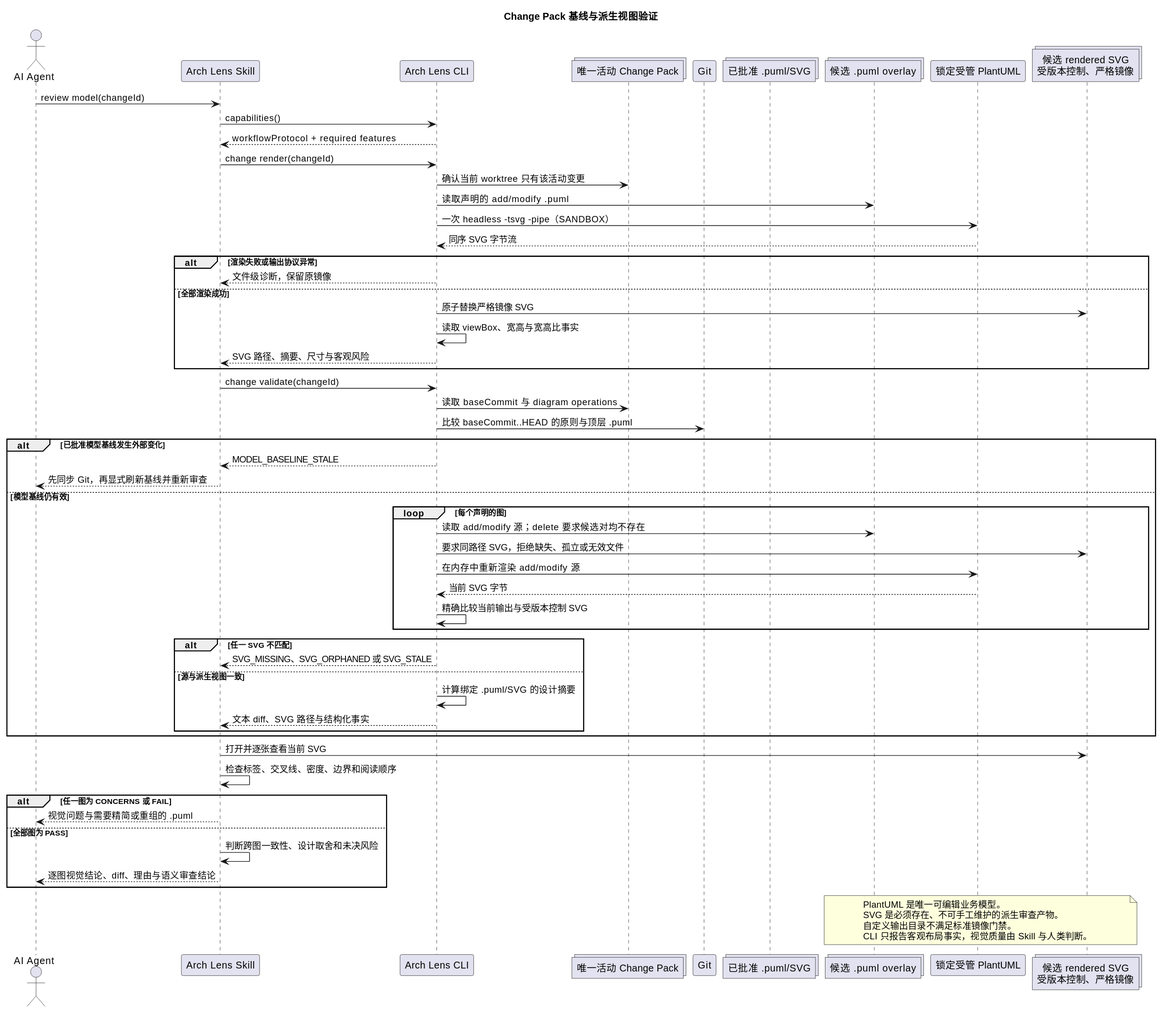
The PlantUML diagram .arch-lens/rendered/check-and-render.sequence.svg in spec-alchemy/arch-lens, before a commit. The source it was exported from:
```plantuml
@startuml
title Change Pack 基线与派生视图验证

actor "AI Agent" as Agent
participant "Arch Lens Skill" as Skill
participant "Arch Lens CLI" as CLI
collections "唯一活动 Change Pack" as Change
participant "Git" as Git
collections "已批准 .puml/SVG" as Approved
collections "候选 .puml overlay" as Candidate
participant "锁定受管 PlantUML" as PlantUML
collections "候选 rendered SVG\n受版本控制、严格镜像" as Output

Agent -> Skill : review model(changeId)
Skill -> CLI : capabilities()
CLI --> Skill : workflowProtocol + required features
Skill -> CLI : change render(changeId)
CLI -> Change : 确认当前 worktree 只有该活动变更
CLI -> Candidate : 读取声明的 add/modify .puml
CLI -> PlantUML : 一次 headless -tsvg -pipe（SANDBOX）
PlantUML --> CLI : 同序 SVG 字节流

alt 渲染失败或输出协议异常
  CLI --> Skill : 文件级诊断，保留原镜像
else 全部渲染成功
  CLI -> Output : 原子替换严格镜像 SVG
  CLI -> CLI : 读取 viewBox、宽高与宽高比事实
  CLI --> Skill : SVG 路径、摘要、尺寸与客观风险
end

Skill -> CLI : change validate(changeId)
CLI -> Change : 读取 baseCommit 与 diagram operations
CLI -> Git : 比较 baseCommit..HEAD 的原则与顶层 .puml

alt 已批准模型基线发生外部变化
  CLI --> Skill : MODEL_BASELINE_STALE
  Skill --> Agent : 先同步 Git，再显式刷新基线并重新审查
else 模型基线仍有效
  loop 每个声明的图
    CLI -> Candidate : 读取 add/modify 源；delete 要求候选对均不存在
    CLI -> Output : 要求同路径 SVG，拒绝缺失、孤立或无效文件
    CLI -> PlantUML : 在内存中重新渲染 add/modify 源
    PlantUML --> CLI : 当前 SVG 字节
    CLI -> CLI : 精确比较当前输出与受版本控制 SVG
  end

  alt 任一 SVG 不匹配
    CLI --> Skill : SVG_MISSING、SVG_ORPHANED 或 SVG_STALE
  else 源与派生视图一致
    CLI -> CLI : 计算绑定 .puml/SVG 的设计摘要
    CLI --> Skill : 文本 diff、SVG 路径与结构化事实
  end
end

Skill -> Output : 打开并逐张查看当前 SVG
Skill -> Skill : 检查标签、交叉线、密度、边界和阅读顺序
alt 任一图为 CONCERNS 或 FAIL
  Skill --> Agent : 视觉问题与需要精简或重组的 .puml
else 全部图为 PASS
  Skill -> Skill : 判断跨图一致性、设计取舍和未决风险
  Skill --> Agent : 逐图视觉结论、diff、理由与语义审查结论
end

note over Candidate,Output
  PlantUML 是唯一可编辑业务模型。
  SVG 是必须存在、不可手工维护的派生审查产物。
  自定义输出目录不满足标准镜像门禁。
  CLI 只报告客观布局事实，视觉质量由 Skill 与人类判断。
end note
@enduml
```
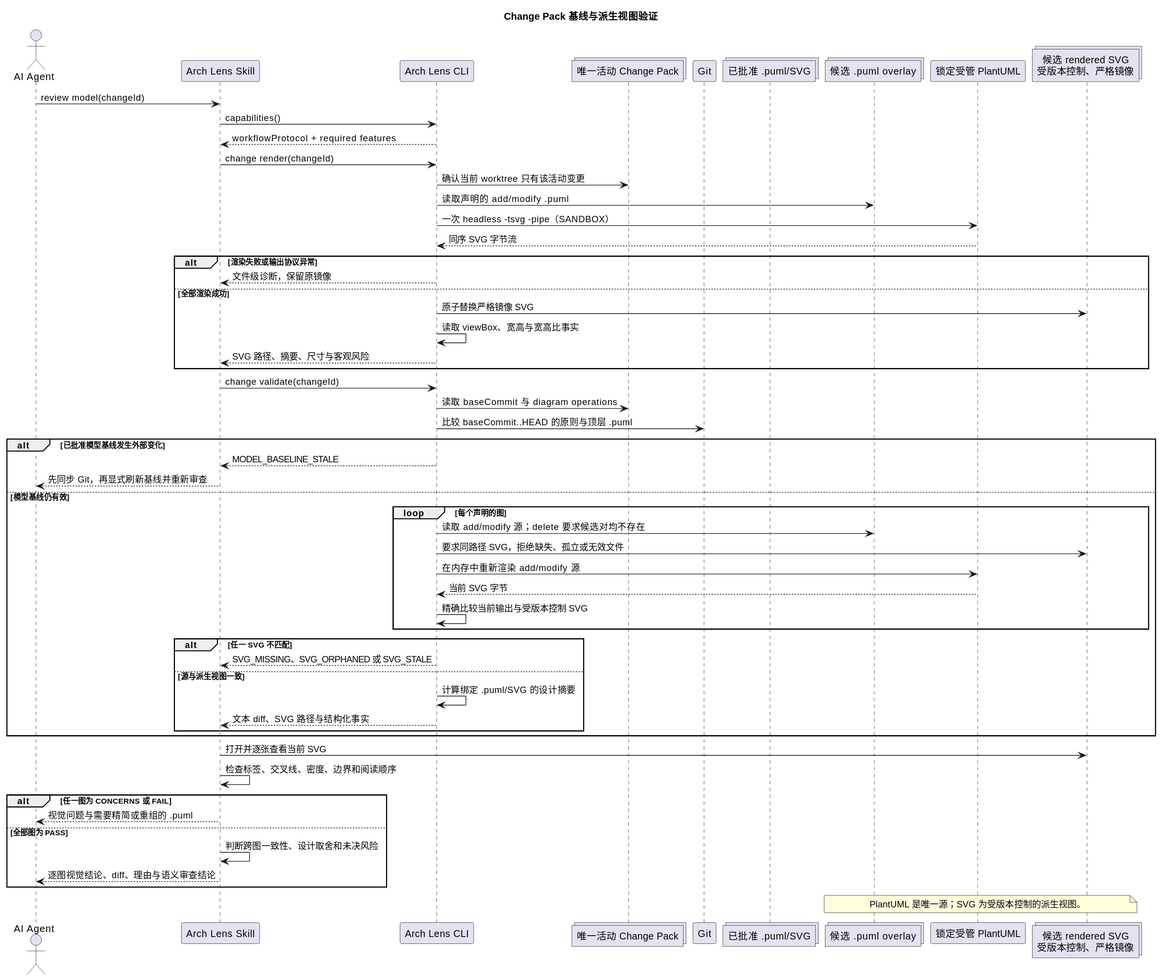
After the commit.

Commit message:
arch: tighten diagram note budgets

What changed in the source:
```diff
@@ -61,10 +61,5 @@
   Skill --> Agent : 逐图视觉结论、diff、理由与语义审查结论
 end
 
-note over Candidate,Output
-  PlantUML 是唯一可编辑业务模型。
-  SVG 是必须存在、不可手工维护的派生审查产物。
-  自定义输出目录不满足标准镜像门禁。
-  CLI 只报告客观布局事实，视觉质量由 Skill 与人类判断。
-end note
+note over Candidate,Output: PlantUML 是唯一源；SVG 为受版本控制的派生视图。
 @enduml
```
